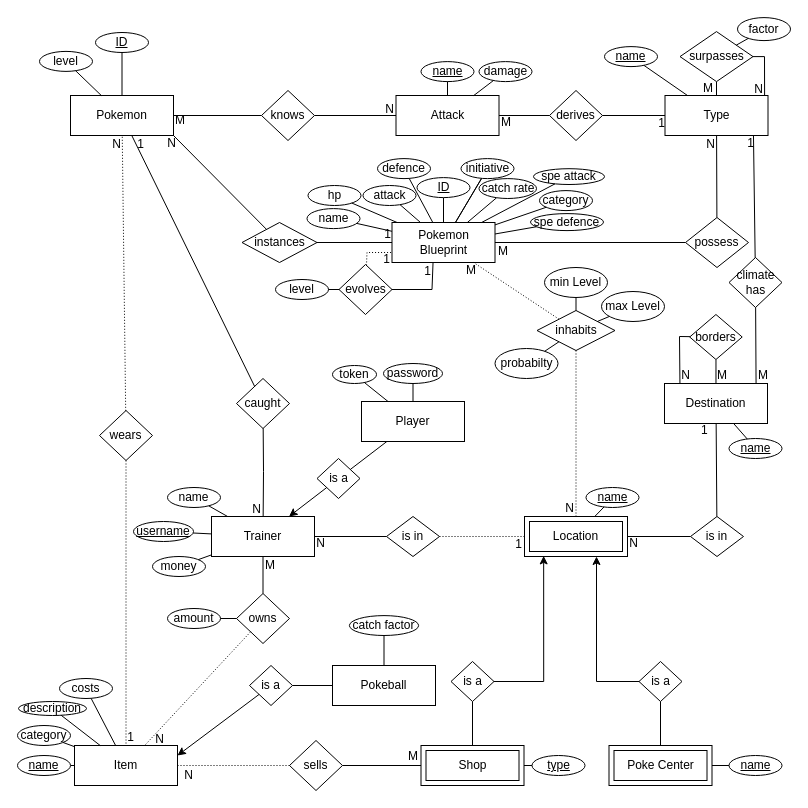
Above: Projekt/Pokemon Scuffed Grey.drawio in mypictur3esforu/Pokemon-Scuffed-Grey (draw.io), before the change. Source tidied: cells renumbered, new cells numbered last; positions are measured from the earlier drawing's top-left corner, leaving out a move shared by most shapes. Both pictures are drawn from the tidied source at 100%, with x=0, y=0 at pixel (17, 17).
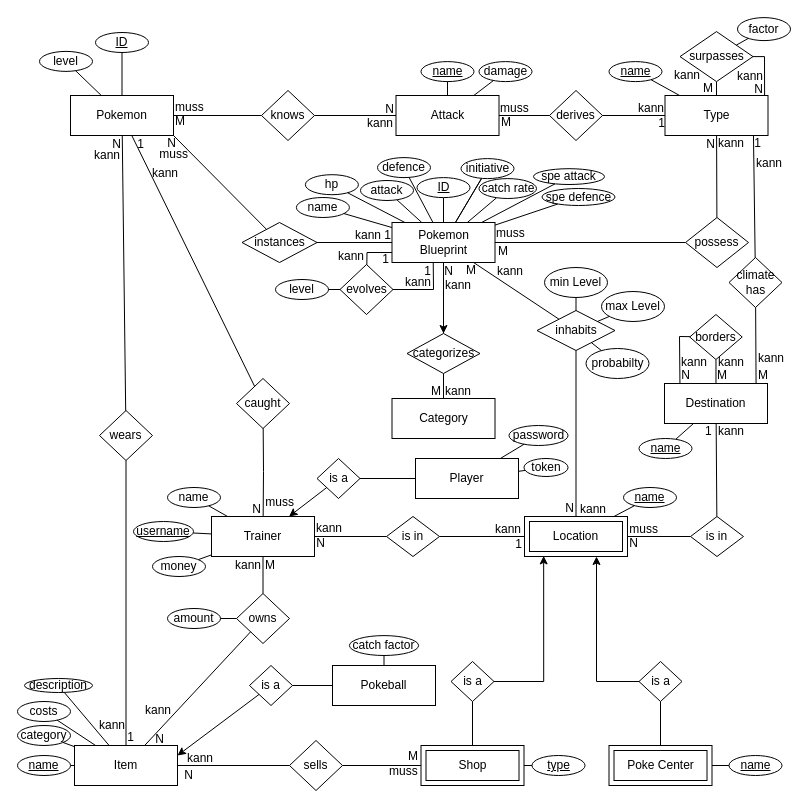
Above is the later version.

Commit message (it also covers changes not shown here):
Encounter Pokemon working for fixed Pokemon

The change refers to these unchanged cells:
```xml
<mxCell id="2" value="Pokemon" style="whiteSpace=wrap;html=1;align=center;" parent="1" vertex="1">
<mxCell id="9" value="Item" style="whiteSpace=wrap;html=1;align=center;" parent="1" vertex="1">
<mxCell id="10" value="owns" style="shape=rhombus;perimeter=rhombusPerimeter;whiteSpace=wrap;html=1;align=center;" parent="1" vertex="1">
<mxCell id="11" style="endArrow=none;html=1;rounded=0;" parent="1" edge="1" source="10" target="4">
<mxCell id="13" value="wears" style="shape=rhombus;perimeter=rhombusPerimeter;whiteSpace=wrap;html=1;align=center;" parent="1" vertex="1">
<mxCell id="14" style="endArrow=none;html=1;rounded=0;" parent="1" edge="1" source="18" target="5">
<mxCell id="16" style="endArrow=none;html=1;rounded=0;" parent="1" edge="1" source="2" target="18">
<mxCell id="19" style="endArrow=none;html=1;rounded=0;" parent="1" edge="1" source="6" target="4">
<mxCell id="21" style="endArrow=none;html=1;rounded=0;" parent="1" edge="1" source="6" target="2">
<mxCell id="23" value="is in" style="shape=rhombus;perimeter=rhombusPerimeter;whiteSpace=wrap;html=1;align=center;" parent="1" vertex="1">
<mxCell id="24" style="endArrow=none;html=1;rounded=0;" parent="1" edge="1" source="23" target="4">
<mxCell id="26" style="endArrow=none;html=1;rounded=0;" parent="1" edge="1" source="8" target="28">
<mxCell id="28" value="sells" style="shape=rhombus;perimeter=rhombusPerimeter;whiteSpace=wrap;html=1;align=center;" parent="1" vertex="1">
<mxCell id="32" style="endArrow=none;html=1;rounded=0;elbow=vertical;" parent="1" edge="1" source="37" target="31">
<mxCell id="35" style="endArrow=none;html=1;rounded=0;elbow=vertical;" parent="1" edge="1" source="107" target="37">
<mxCell id="38" style="endArrow=none;html=1;rounded=0;elbow=vertical;entryX=0.967;entryY=0.011;entryDx=0;entryDy=0;entryPerimeter=0;" parent="1" edge="1" source="42" target="31">
<mxCell id="40" style="endArrow=none;html=1;rounded=0;elbow=vertical;" parent="1" edge="1" source="31" target="42">
<mxCell id="45" value="inhabits" style="shape=rhombus;perimeter=rhombusPerimeter;whiteSpace=wrap;html=1;align=center;" parent="1" vertex="1">
<mxCell id="88" style="endArrow=none;html=1;rounded=0;elbow=vertical;" parent="1" edge="1" source="87" target="31">
<mxCell id="90" style="endArrow=none;html=1;rounded=0;elbow=vertical;" parent="1" edge="1" source="5" target="87">
<mxCell id="107" value="Pokemon Blueprint" style="whiteSpace=wrap;html=1;align=center;" parent="1" vertex="1">
<mxCell id="121" style="endArrow=none;html=1;rounded=0;entryX=0.15;entryY=0.004;entryDx=0;entryDy=0;entryPerimeter=0;" parent="1" edge="1" source="125" target="3">
<mxCell id="123" style="endArrow=none;html=1;rounded=0;" parent="1" edge="1" source="3" target="125">
<mxCell id="126" style="endArrow=none;html=1;rounded=0;" parent="1" edge="1" source="108" target="107">
<mxCell id="128" style="endArrow=none;html=1;rounded=0;entryX=1;entryY=1;entryDx=0;entryDy=0;" parent="1" edge="1" source="108" target="2">
<mxCell id="140" value="Location" style="shape=ext;margin=3;double=1;whiteSpace=wrap;html=1;align=center;" parent="1" vertex="1">
<mxCell id="147" style="endArrow=none;html=1;rounded=0;" parent="1" edge="1" source="3" target="149">
<mxCell id="150" style="endArrow=none;html=1;rounded=0;" parent="1" edge="1" source="149" target="140">
<mxCell id="167" style="endArrow=none;html=1;rounded=0;elbow=vertical;exitX=0.889;exitY=0.006;exitDx=0;exitDy=0;exitPerimeter=0;" parent="1" edge="1" source="3" target="166">
<mxCell id="169" style="endArrow=none;html=1;rounded=0;elbow=vertical;entryX=0.859;entryY=0.998;entryDx=0;entryDy=0;entryPerimeter=0;" parent="1" edge="1" source="166" target="31">
```

Diff of the diagram source:
```diff
@@
+    <mxCell id="173" value="kann" style="html=1;whiteSpace=wrap;align=right;verticalAlign=bottom;" parent="11" vertex="1">
+      <mxGeometry x="1" relative="1" as="geometry">
+        <mxPoint x="-1" y="17" as="offset" />
+      </mxGeometry>
+    </mxCell>
@@
+    <mxCell id="174" value="kann" style="html=1;whiteSpace=wrap;align=right;verticalAlign=bottom;" parent="14" vertex="1">
+      <mxGeometry x="1" relative="1" as="geometry">
+        <mxPoint x="-2" y="16" as="offset" />
+      </mxGeometry>
+    </mxCell>
@@
     <mxCell id="17" value="M" style="html=1;whiteSpace=wrap;align=left;verticalAlign=bottom;" parent="16" vertex="1">
       <mxGeometry x="-1" relative="1" as="geometry">
-        <mxPoint y="13" as="offset" />
+        <mxPoint y="14" as="offset" />
       </mxGeometry>
     </mxCell>
+    <mxCell id="175" value="muss" style="html=1;whiteSpace=wrap;align=left;verticalAlign=bottom;" parent="16" vertex="1">
+      <mxGeometry x="-1" relative="1" as="geometry" />
+    </mxCell>
@@
+    <mxCell id="176" value="muss" style="html=1;whiteSpace=wrap;align=right;verticalAlign=bottom;" parent="19" vertex="1">
+      <mxGeometry x="1" relative="1" as="geometry">
+        <mxPoint x="32" y="-6" as="offset" />
+      </mxGeometry>
+    </mxCell>
@@
+    <mxCell id="177" value="kann" style="html=1;whiteSpace=wrap;align=right;verticalAlign=bottom;" parent="21" vertex="1">
+      <mxGeometry x="1" relative="1" as="geometry">
+        <mxPoint x="48" y="46" as="offset" />
+      </mxGeometry>
+    </mxCell>
@@
+    <mxCell id="178" value="kann" style="html=1;whiteSpace=wrap;align=right;verticalAlign=bottom;" parent="24" vertex="1">
+      <mxGeometry x="1" relative="1" as="geometry">
+        <mxPoint x="29" as="offset" />
+      </mxGeometry>
+    </mxCell>
@@
+    <mxCell id="179" value="muss" style="html=1;whiteSpace=wrap;align=left;verticalAlign=bottom;" parent="26" vertex="1">
+      <mxGeometry x="-1" relative="1" as="geometry">
+        <mxPoint x="-34" y="14" as="offset" />
+      </mxGeometry>
+    </mxCell>
@@
-    <mxCell id="29" style="endArrow=none;html=1;rounded=0;dashed=1;dashPattern=1 2;" parent="1" edge="1" source="10" target="9">
+    <mxCell id="29" style="endArrow=none;html=1;rounded=0;" parent="1" edge="1" source="10" target="9">
       <mxGeometry relative="1" as="geometry" />
     </mxCell>
@@
+    <mxCell id="180" value="kann" style="html=1;whiteSpace=wrap;align=right;verticalAlign=bottom;" parent="29" vertex="1">
+      <mxGeometry x="1" relative="1" as="geometry">
+        <mxPoint x="28" y="-27" as="offset" />
+      </mxGeometry>
+    </mxCell>
@@
+    <mxCell id="181" value="kann" style="html=1;whiteSpace=wrap;align=right;verticalAlign=bottom;" parent="32" vertex="1">
+      <mxGeometry x="1" relative="1" as="geometry">
+        <mxPoint x="29" y="16" as="offset" />
+      </mxGeometry>
+    </mxCell>
@@
+    <mxCell id="182" value="&lt;div&gt;&lt;br&gt;&lt;/div&gt;muss" style="html=1;whiteSpace=wrap;align=left;verticalAlign=bottom;" parent="35" vertex="1">
+      <mxGeometry x="-1" relative="1" as="geometry">
+        <mxPoint x="-1" y="-1" as="offset" />
+      </mxGeometry>
+    </mxCell>
@@
+    <mxCell id="183" value="kann" style="html=1;whiteSpace=wrap;align=right;verticalAlign=bottom;" parent="38" vertex="1">
+      <mxGeometry x="1" relative="1" as="geometry">
+        <mxPoint y="-12" as="offset" />
+      </mxGeometry>
+    </mxCell>
@@
+    <mxCell id="184" value="kann" style="html=1;whiteSpace=wrap;align=left;verticalAlign=bottom;" parent="40" vertex="1">
+      <mxGeometry x="-1" relative="1" as="geometry">
+        <mxPoint x="-44" y="-12" as="offset" />
+      </mxGeometry>
+    </mxCell>
@@
-    <mxCell id="43" style="endArrow=none;html=1;rounded=0;dashed=1;dashPattern=1 2;elbow=vertical;" parent="1" edge="1" source="45" target="140">
+    <mxCell id="43" style="endArrow=none;html=1;rounded=0;elbow=vertical;" parent="1" edge="1" source="45" target="140">
       <mxGeometry relative="1" as="geometry" />
     </mxCell>
@@
+    <mxCell id="185" value="kann" style="html=1;whiteSpace=wrap;align=right;verticalAlign=bottom;" parent="43" vertex="1">
+      <mxGeometry x="1" relative="1" as="geometry">
+        <mxPoint x="31" y="1" as="offset" />
+      </mxGeometry>
+    </mxCell>
@@
-    <mxCell id="46" style="endArrow=none;html=1;rounded=0;dashed=1;dashPattern=1 2;elbow=vertical;" parent="1" edge="1" source="13" target="2">
+    <mxCell id="46" style="endArrow=none;html=1;rounded=0;elbow=vertical;" parent="1" edge="1" source="13" target="2">
       <mxGeometry relative="1" as="geometry" />
     </mxCell>
@@
+    <mxCell id="186" value="kann" style="html=1;whiteSpace=wrap;align=right;verticalAlign=bottom;" parent="46" vertex="1">
+      <mxGeometry x="1" relative="1" as="geometry">
+        <mxPoint x="-1" y="28" as="offset" />
+      </mxGeometry>
+    </mxCell>
-    <mxCell id="48" style="endArrow=none;html=1;rounded=0;dashed=1;dashPattern=1 2;elbow=vertical;" parent="1" edge="1" source="13" target="9">
+    <mxCell id="48" style="endArrow=none;html=1;rounded=0;elbow=vertical;" parent="1" edge="1" source="13" target="9">
       <mxGeometry relative="1" as="geometry" />
     </mxCell>
@@
+    <mxCell id="187" value="kann" style="html=1;whiteSpace=wrap;align=right;verticalAlign=bottom;" parent="48" vertex="1">
+      <mxGeometry x="1" relative="1" as="geometry">
+        <mxPoint y="-12" as="offset" />
+      </mxGeometry>
+    </mxCell>
-    <mxCell id="50" style="endArrow=none;html=1;rounded=0;dashed=1;dashPattern=1 2;elbow=vertical;" parent="1" edge="1" source="28" target="9">
+    <mxCell id="50" style="endArrow=none;html=1;rounded=0;elbow=vertical;" parent="1" edge="1" source="28" target="9">
       <mxGeometry relative="1" as="geometry" />
     </mxCell>
@@
+    <mxCell id="188" value="kann" style="html=1;whiteSpace=wrap;align=right;verticalAlign=bottom;" parent="50" vertex="1">
+      <mxGeometry x="1" relative="1" as="geometry">
+        <mxPoint x="37" y="1" as="offset" />
+      </mxGeometry>
+    </mxCell>
@@
     <mxCell id="54" value="hp" style="ellipse;whiteSpace=wrap;html=1;align=center;" parent="1" vertex="1">
-      <mxGeometry x="290.5" y="168" width="53" height="20" as="geometry" />
+      <mxGeometry x="287.9" y="157.2" width="53" height="20" as="geometry" />
     </mxCell>
@@
     <mxCell id="56" value="attack" style="ellipse;whiteSpace=wrap;html=1;align=center;" parent="1" vertex="1">
-      <mxGeometry x="345.5" y="168" width="53" height="20" as="geometry" />
+      <mxGeometry x="343" y="163" width="53" height="20" as="geometry" />
     </mxCell>
@@
     <mxCell id="58" value="defence" style="ellipse;whiteSpace=wrap;html=1;align=center;" parent="1" vertex="1">
-      <mxGeometry x="360" y="141.1" width="53" height="20" as="geometry" />
+      <mxGeometry x="360" y="140.1" width="53" height="20" as="geometry" />
     </mxCell>
@@
     <mxCell id="65" value="name" style="ellipse;whiteSpace=wrap;html=1;align=center;" parent="1" vertex="1">
-      <mxGeometry x="289.5" y="191.1" width="53" height="20" as="geometry" />
+      <mxGeometry x="278.9" y="180" width="53" height="20" as="geometry" />
     </mxCell>
@@
     <mxCell id="80" value="name" style="ellipse;whiteSpace=wrap;html=1;align=center;fontStyle=4;" parent="1" vertex="1">
-      <mxGeometry x="587" y="29.1" width="53" height="20" as="geometry" />
+      <mxGeometry x="591.5" y="44.1" width="53" height="20" as="geometry" />
     </mxCell>
@@
     <mxCell id="83" value="costs" style="ellipse;whiteSpace=wrap;html=1;align=center;" parent="1" vertex="1">
-      <mxGeometry x="42" y="661" width="53" height="20" as="geometry" />
+      <mxGeometry y="684" width="53" height="20" as="geometry" />
     </mxCell>
@@
     <mxCell id="85" value="name" style="ellipse;whiteSpace=wrap;html=1;align=center;fontStyle=4;" parent="1" vertex="1">
-      <mxGeometry x="711.5" y="421" width="53" height="20" as="geometry" />
+      <mxGeometry x="621.5" y="421" width="53" height="20" as="geometry" />
     </mxCell>
@@
+    <mxCell id="189" value="kann" style="html=1;whiteSpace=wrap;align=right;verticalAlign=bottom;" parent="88" vertex="1">
+      <mxGeometry x="1" relative="1" as="geometry">
+        <mxPoint y="1" as="offset" />
+      </mxGeometry>
+    </mxCell>
@@
+    <mxCell id="190" value="muss" style="html=1;whiteSpace=wrap;align=left;verticalAlign=bottom;" parent="90" vertex="1">
+      <mxGeometry x="-1" relative="1" as="geometry">
+        <mxPoint x="-1" y="1" as="offset" />
+      </mxGeometry>
+    </mxCell>
@@
     <mxCell id="100" value="evolves" style="shape=rhombus;perimeter=rhombusPerimeter;whiteSpace=wrap;html=1;align=center;direction=south;" parent="1" vertex="1">
-      <mxGeometry x="321.5" y="247" width="53" height="50" as="geometry" />
+      <mxGeometry x="322.5" y="247" width="53" height="50" as="geometry" />
     </mxCell>
-    <mxCell id="101" style="endArrow=none;html=1;rounded=0;dashed=1;dashPattern=1 2;entryX=0;entryY=0.75;entryDx=0;entryDy=0;" parent="1" edge="1" source="100" target="107">
+    <mxCell id="101" style="endArrow=none;html=1;rounded=0;entryX=0;entryY=0.75;entryDx=0;entryDy=0;" parent="1" edge="1" source="100" target="107">
       <mxGeometry relative="1" as="geometry">
         <Array as="points">
           <mxPoint x="349.5" y="235" />
         </Array>
       </mxGeometry>
     </mxCell>
@@
+    <mxCell id="191" value="kann" style="html=1;whiteSpace=wrap;align=right;verticalAlign=bottom;" parent="101" vertex="1">
+      <mxGeometry x="1" relative="1" as="geometry">
+        <mxPoint x="-26" y="12" as="offset" />
+      </mxGeometry>
+    </mxCell>
     <mxCell id="103" style="endArrow=none;html=1;rounded=0;entryX=0.4;entryY=0.9;entryDx=0;entryDy=0;entryPerimeter=0;" parent="1" edge="1" source="100" target="107">
       <mxGeometry relative="1" as="geometry">
         <Array as="points">
-          <mxPoint x="414.5" y="272" />
+          <mxPoint x="416" y="272" />
         </Array>
       </mxGeometry>
     </mxCell>
@@
+    <mxCell id="192" value="kann" style="html=1;whiteSpace=wrap;align=right;verticalAlign=bottom;" parent="103" vertex="1">
+      <mxGeometry x="1" relative="1" as="geometry">
+        <mxPoint x="-1" y="32" as="offset" />
+      </mxGeometry>
+    </mxCell>
@@
+    <mxCell id="193" style="edgeStyle=orthogonalEdgeStyle;rounded=0;jettySize=auto;html=1;" parent="1" edge="1" source="107" target="208">
+      <mxGeometry relative="1" as="geometry" />
+    </mxCell>
@@
     <mxCell id="111" value="spe defence" style="ellipse;whiteSpace=wrap;html=1;align=center;" parent="1" vertex="1">
-      <mxGeometry x="513" y="196.1" width="73" height="17" as="geometry" />
+      <mxGeometry x="524.5" y="171" width="73" height="17" as="geometry" />
     </mxCell>
@@
-    <mxCell id="119" value="category" style="ellipse;whiteSpace=wrap;html=1;align=center;" parent="1" vertex="1">
-      <mxGeometry x="522" y="173.1" width="53" height="20" as="geometry" />
-    </mxCell>
-    <mxCell id="120" style="endArrow=none;html=1;rounded=0;elbow=vertical;" parent="1" edge="1" source="119" target="107">
-      <mxGeometry relative="1" as="geometry" />
-    </mxCell>
@@
+    <mxCell id="194" value="kann" style="html=1;whiteSpace=wrap;align=right;verticalAlign=bottom;" parent="121" vertex="1">
+      <mxGeometry x="1" relative="1" as="geometry">
+        <mxPoint x="29" y="-13" as="offset" />
+      </mxGeometry>
+    </mxCell>
@@
+    <mxCell id="195" value="kann" style="html=1;whiteSpace=wrap;align=left;verticalAlign=bottom;" parent="123" vertex="1">
+      <mxGeometry x="-1" relative="1" as="geometry">
+        <mxPoint x="1" y="-13" as="offset" />
+      </mxGeometry>
+    </mxCell>
@@
     <mxCell id="127" value="1" style="html=1;whiteSpace=wrap;align=right;verticalAlign=bottom;" parent="126" vertex="1">
-      <mxGeometry x="1" relative="1" as="geometry" />
+      <mxGeometry x="1" relative="1" as="geometry">
+        <mxPoint y="1" as="offset" />
+      </mxGeometry>
     </mxCell>
+    <mxCell id="196" value="kann" style="html=1;whiteSpace=wrap;align=right;verticalAlign=bottom;" parent="126" vertex="1">
+      <mxGeometry x="1" relative="1" as="geometry">
+        <mxPoint x="-10" y="1" as="offset" />
+      </mxGeometry>
+    </mxCell>
@@
+    <mxCell id="197" value="muss" style="html=1;whiteSpace=wrap;align=right;verticalAlign=bottom;" parent="128" vertex="1">
+      <mxGeometry x="1" relative="1" as="geometry">
+        <mxPoint x="16" y="27" as="offset" />
+      </mxGeometry>
+    </mxCell>
@@
     <mxCell id="137" value="catch factor" style="ellipse;whiteSpace=wrap;html=1;align=center;" parent="1" vertex="1">
-      <mxGeometry x="331.9" y="598.1" width="69.2" height="19.9" as="geometry" />
+      <mxGeometry x="331.9" y="618.1" width="69.2" height="19.9" as="geometry" />
     </mxCell>
     <mxCell id="138" value="description" style="ellipse;whiteSpace=wrap;html=1;align=center;" parent="1" vertex="1">
-      <mxGeometry x="1" y="684" width="68" height="14" as="geometry" />
+      <mxGeometry x="7" y="661" width="68" height="14" as="geometry" />
     </mxCell>
@@
     <mxCell id="148" value="1" style="html=1;whiteSpace=wrap;align=left;verticalAlign=bottom;" parent="147" vertex="1">
       <mxGeometry x="-1" relative="1" as="geometry">
-        <mxPoint x="-17" y="15" as="offset" />
+        <mxPoint x="-13" y="16" as="offset" />
       </mxGeometry>
     </mxCell>
+    <mxCell id="198" value="kann" style="html=1;whiteSpace=wrap;align=left;verticalAlign=bottom;" parent="147" vertex="1">
+      <mxGeometry x="-1" relative="1" as="geometry">
+        <mxPoint y="16" as="offset" />
+      </mxGeometry>
+    </mxCell>
@@
+    <mxCell id="199" value="muss" style="html=1;whiteSpace=wrap;align=right;verticalAlign=bottom;" parent="150" vertex="1">
+      <mxGeometry x="1" relative="1" as="geometry">
+        <mxPoint x="32" y="1" as="offset" />
+      </mxGeometry>
+    </mxCell>
     <mxCell id="152" value="name" style="ellipse;whiteSpace=wrap;html=1;align=center;fontStyle=4;" parent="1" vertex="1">
-      <mxGeometry x="568.5" y="470" width="53" height="20" as="geometry" />
+      <mxGeometry x="606" y="470" width="53" height="20" as="geometry" />
     </mxCell>
@@
-    <mxCell id="154" style="endArrow=none;html=1;rounded=0;dashed=1;dashPattern=1 2;elbow=vertical;" parent="1" edge="1" source="23" target="140">
+    <mxCell id="154" style="endArrow=none;html=1;rounded=0;elbow=vertical;" parent="1" edge="1" source="23" target="140">
       <mxGeometry relative="1" as="geometry" />
     </mxCell>
@@
+    <mxCell id="200" value="kann" style="html=1;whiteSpace=wrap;align=right;verticalAlign=bottom;" parent="154" vertex="1">
+      <mxGeometry x="1" relative="1" as="geometry">
+        <mxPoint x="-2" y="1" as="offset" />
+      </mxGeometry>
+    </mxCell>
-    <mxCell id="156" style="endArrow=none;html=1;rounded=0;dashed=1;dashPattern=1 2;elbow=vertical;" parent="1" edge="1" source="45" target="107">
+    <mxCell id="156" style="endArrow=none;html=1;rounded=0;elbow=vertical;" parent="1" edge="1" source="45" target="107">
       <mxGeometry relative="1" as="geometry" />
     </mxCell>
@@
+    <mxCell id="201" value="kann" style="html=1;whiteSpace=wrap;align=right;verticalAlign=bottom;" parent="156" vertex="1">
+      <mxGeometry x="1" relative="1" as="geometry">
+        <mxPoint x="51" y="17" as="offset" />
+      </mxGeometry>
+    </mxCell>
     <mxCell id="158" value="probabilty" style="ellipse;whiteSpace=wrap;html=1;align=center;" parent="1" vertex="1">
-      <mxGeometry x="477.5" y="331" width="63" height="30" as="geometry" />
+      <mxGeometry x="568.5" y="331" width="63" height="30" as="geometry" />
     </mxCell>
@@
     <mxCell id="160" value="Player" style="whiteSpace=wrap;html=1;align=center;" parent="1" vertex="1">
-      <mxGeometry x="344" y="384" width="103" height="40" as="geometry" />
+      <mxGeometry x="398" y="441" width="103" height="40" as="geometry" />
     </mxCell>
@@
     <mxCell id="164" value="password" style="ellipse;whiteSpace=wrap;html=1;align=center;" parent="1" vertex="1">
-      <mxGeometry x="366" y="346" width="59" height="20" as="geometry" />
+      <mxGeometry x="491.5" y="408" width="59" height="20" as="geometry" />
     </mxCell>
@@
+    <mxCell id="202" value="kann" style="html=1;whiteSpace=wrap;align=left;verticalAlign=bottom;" parent="167" vertex="1">
+      <mxGeometry x="-1" relative="1" as="geometry">
+        <mxPoint y="-17" as="offset" />
+      </mxGeometry>
+    </mxCell>
@@
     <mxCell id="170" value="1" style="html=1;whiteSpace=wrap;align=right;verticalAlign=bottom;" parent="169" vertex="1">
       <mxGeometry x="1" relative="1" as="geometry">
-        <mxPoint x="2" y="16" as="offset" />
+        <mxPoint x="9" y="16" as="offset" />
       </mxGeometry>
     </mxCell>
+    <mxCell id="203" value="kann" style="html=1;whiteSpace=wrap;align=right;verticalAlign=bottom;" parent="169" vertex="1">
+      <mxGeometry x="1" relative="1" as="geometry">
+        <mxPoint x="30" y="36" as="offset" />
+      </mxGeometry>
+    </mxCell>
     <mxCell id="171" value="token" style="ellipse;whiteSpace=wrap;html=1;align=center;" parent="1" vertex="1">
-      <mxGeometry x="315" y="348" width="44" height="18" as="geometry" />
+      <mxGeometry x="506.5" y="441" width="44" height="18" as="geometry" />
     </mxCell>
@@
+    <mxCell id="204" value="Category" style="whiteSpace=wrap;html=1;align=center;" parent="1" vertex="1">
+      <mxGeometry x="374.5" y="381" width="103" height="40" as="geometry" />
+    </mxCell>
+    <mxCell id="205" style="endArrow=none;html=1;rounded=0;elbow=vertical;" parent="1" edge="1" source="208" target="107">
+      <mxGeometry relative="1" as="geometry" />
+    </mxCell>
+    <mxCell id="206" value="N" style="html=1;whiteSpace=wrap;align=right;verticalAlign=bottom;" parent="205" vertex="1">
+      <mxGeometry x="1" relative="1" as="geometry">
+        <mxPoint x="11" y="17" as="offset" />
+      </mxGeometry>
+    </mxCell>
+    <mxCell id="207" value="kann" style="html=1;whiteSpace=wrap;align=right;verticalAlign=bottom;" parent="205" vertex="1">
+      <mxGeometry x="1" relative="1" as="geometry">
+        <mxPoint x="29" y="31" as="offset" />
+      </mxGeometry>
+    </mxCell>
+    <mxCell id="208" value="categorizes" style="shape=rhombus;perimeter=rhombusPerimeter;whiteSpace=wrap;html=1;align=center;" parent="1" vertex="1">
+      <mxGeometry x="389.5" y="316" width="73" height="40" as="geometry" />
+    </mxCell>
+    <mxCell id="209" style="endArrow=none;html=1;rounded=0;elbow=vertical;" parent="1" edge="1" source="204" target="208">
+      <mxGeometry relative="1" as="geometry" />
+    </mxCell>
+    <mxCell id="210" value="M" style="html=1;whiteSpace=wrap;align=left;verticalAlign=bottom;" parent="209" vertex="1">
+      <mxGeometry x="-1" relative="1" as="geometry">
+        <mxPoint x="-14" y="1" as="offset" />
+      </mxGeometry>
+    </mxCell>
+    <mxCell id="211" value="kann" style="html=1;whiteSpace=wrap;align=left;verticalAlign=bottom;" parent="209" vertex="1">
+      <mxGeometry x="-1" relative="1" as="geometry">
+        <mxPoint y="1" as="offset" />
+      </mxGeometry>
+    </mxCell>
```
